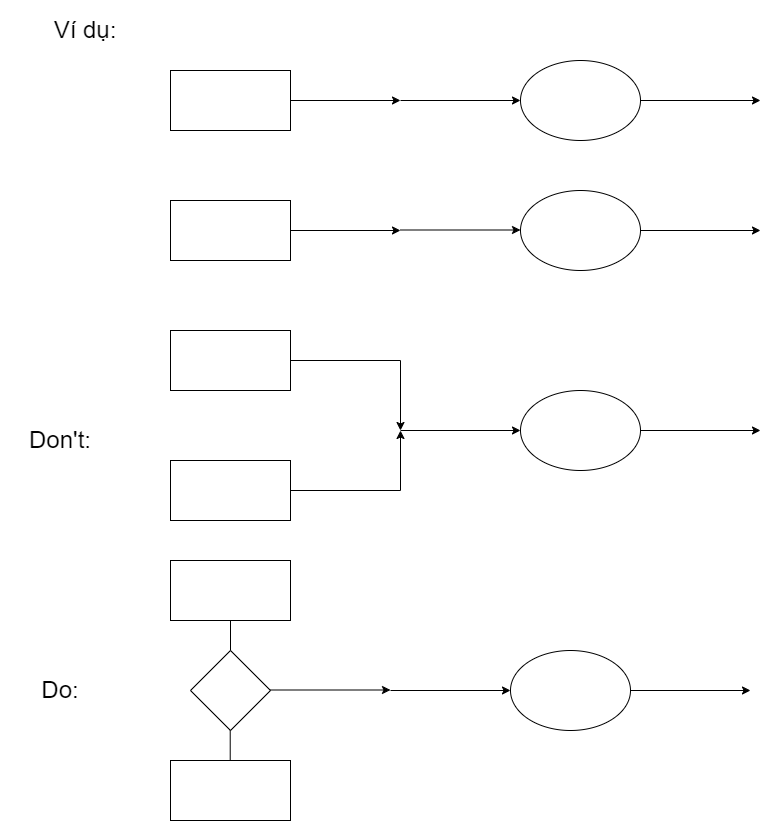
Above: Ví Dụ 1 (Chương 2).png in datnham0212/learning (draw.io), before the change. Source tidied: cells renumbered, new cells last; positions are measured from the earlier drawing's top-left corner, leaving out a move shared by most shapes.
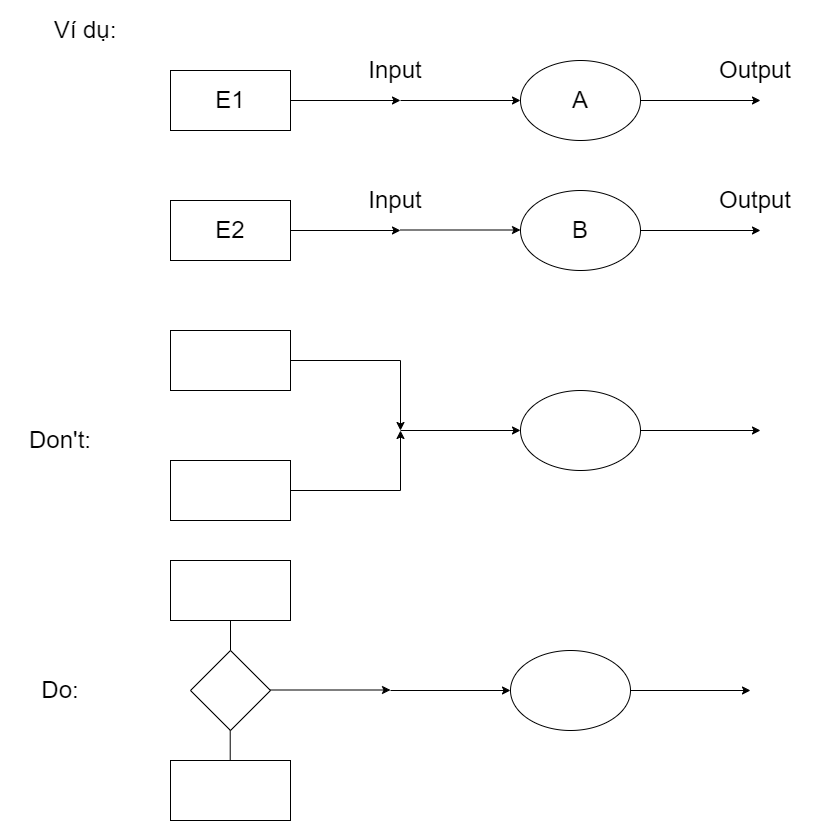
After the change.

Diff of the diagram source:
```diff
@@ -7,7 +7,7 @@
         <mxPoint x="400" y="100" as="targetPoint" />
       </mxGeometry>
     </mxCell>
-    <mxCell id="3" style="rounded=0;whiteSpace=wrap;html=1;fontSize=24;" parent="1" vertex="1">
+    <mxCell id="3" value="E1" style="rounded=0;whiteSpace=wrap;html=1;fontSize=24;" parent="1" vertex="1">
       <mxGeometry x="170" y="70" width="120" height="60" as="geometry" />
     </mxCell>
     <mxCell id="4" style="edgeStyle=orthogonalEdgeStyle;rounded=0;jettySize=auto;html=1;fontSize=24;" parent="1" edge="1" source="5">
@@ -15,7 +15,7 @@
         <mxPoint x="400" y="230" as="targetPoint" />
       </mxGeometry>
     </mxCell>
-    <mxCell id="5" style="rounded=0;whiteSpace=wrap;html=1;fontSize=24;" parent="1" vertex="1">
+    <mxCell id="5" value="E2" style="rounded=0;whiteSpace=wrap;html=1;fontSize=24;" parent="1" vertex="1">
       <mxGeometry x="170" y="200" width="120" height="60" as="geometry" />
     </mxCell>
     <mxCell id="6" style="endArrow=classic;html=1;rounded=0;fontSize=24;" parent="1" edge="1">
@@ -35,7 +35,7 @@
         <mxPoint x="760" y="100" as="targetPoint" />
       </mxGeometry>
     </mxCell>
-    <mxCell id="9" style="ellipse;whiteSpace=wrap;html=1;fontSize=24;" parent="1" vertex="1">
+    <mxCell id="9" value="A" style="ellipse;whiteSpace=wrap;html=1;fontSize=24;" parent="1" vertex="1">
       <mxGeometry x="520" y="60" width="120" height="80" as="geometry" />
     </mxCell>
     <mxCell id="10" style="edgeStyle=orthogonalEdgeStyle;rounded=0;jettySize=auto;html=1;fontSize=24;" parent="1" edge="1" source="11">
@@ -43,7 +43,7 @@
         <mxPoint x="760" y="230" as="targetPoint" />
       </mxGeometry>
     </mxCell>
-    <mxCell id="11" style="ellipse;whiteSpace=wrap;html=1;fontSize=24;" parent="1" vertex="1">
+    <mxCell id="11" value="B" style="ellipse;whiteSpace=wrap;html=1;fontSize=24;" parent="1" vertex="1">
       <mxGeometry x="520" y="190" width="120" height="80" as="geometry" />
     </mxCell>
     <mxCell id="12" style="edgeStyle=orthogonalEdgeStyle;rounded=0;jettySize=auto;html=1;fontSize=24;" parent="1" edge="1" source="13">
@@ -125,5 +125,17 @@
     <mxCell id="30" value="&lt;span style=&quot;font-size: 24px;&quot;&gt;Ví dụ:&lt;/span&gt;" style="text;html=1;strokeColor=none;fillColor=none;align=center;verticalAlign=middle;whiteSpace=wrap;rounded=0;" parent="1" vertex="1">
       <mxGeometry x="10" width="150" height="60" as="geometry" />
     </mxCell>
+    <mxCell id="31" value="&lt;span style=&quot;font-size: 24px;&quot;&gt;Input&lt;/span&gt;" style="text;html=1;strokeColor=none;fillColor=none;align=center;verticalAlign=middle;whiteSpace=wrap;rounded=0;" parent="1" vertex="1">
+      <mxGeometry x="320" y="40" width="150" height="60" as="geometry" />
+    </mxCell>
+    <mxCell id="32" value="&lt;span style=&quot;font-size: 24px;&quot;&gt;Output&lt;/span&gt;" style="text;html=1;strokeColor=none;fillColor=none;align=center;verticalAlign=middle;whiteSpace=wrap;rounded=0;" parent="1" vertex="1">
+      <mxGeometry x="680" y="40" width="150" height="60" as="geometry" />
+    </mxCell>
+    <mxCell id="33" value="&lt;span style=&quot;font-size: 24px;&quot;&gt;Input&lt;/span&gt;" style="text;html=1;strokeColor=none;fillColor=none;align=center;verticalAlign=middle;whiteSpace=wrap;rounded=0;" parent="1" vertex="1">
+      <mxGeometry x="320" y="170" width="150" height="60" as="geometry" />
+    </mxCell>
+    <mxCell id="34" value="&lt;span style=&quot;font-size: 24px;&quot;&gt;Output&lt;/span&gt;" style="text;html=1;strokeColor=none;fillColor=none;align=center;verticalAlign=middle;whiteSpace=wrap;rounded=0;" parent="1" vertex="1">
+      <mxGeometry x="680" y="170" width="150" height="60" as="geometry" />
+    </mxCell>
   </root>
 </mxGraphModel>
```
